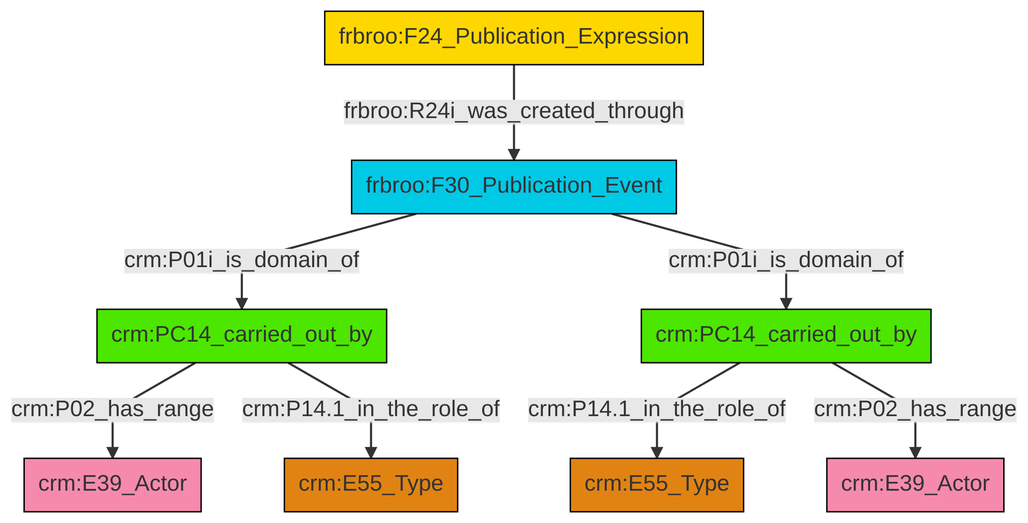
Earlier version of the Mermaid export et/biblioCSV/ttl/mmd/png/biblio_actor_relations.png (swiss-art-research-net/reference-data-models). Its source is kept beside it as et/biblioCSV/ttl/mmd/biblio_actor_relations.ttl.mmd.
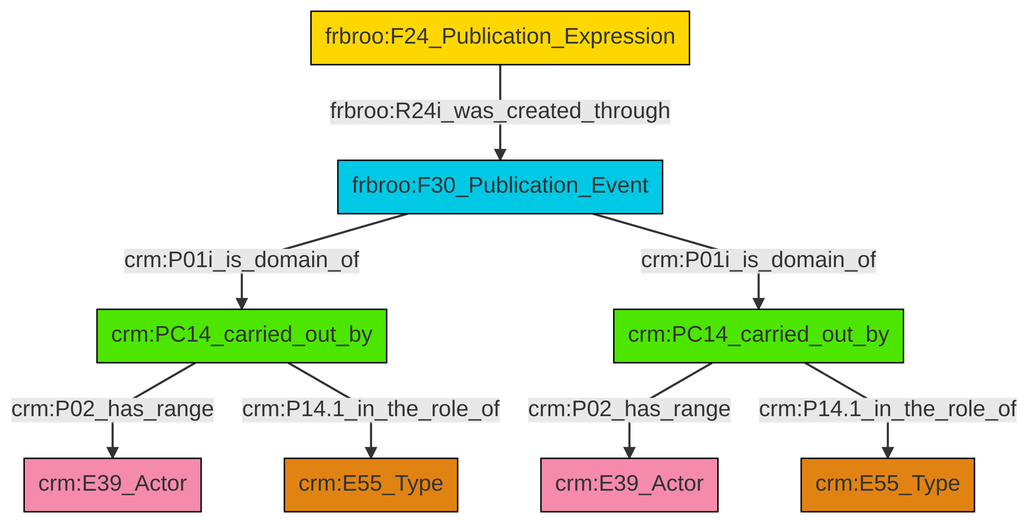
The same diagram one commit later.

The edit, as a diff of the source:
```diff
@@ -13,10 +13,10 @@
 classDef PC_Classes fill:#4ce600, stroke:#000000;
 classDef Multi fill:#cccccc,stroke:#000000;
 
-0["crm:PC14_carried_out_by"]:::PC_Classes -->|crm:P02_has_range| 1["crm:E39_Actor"]:::Actor
-2["crm:PC14_carried_out_by"]:::PC_Classes -->|crm:P14.1_in_the_role_of| 3["crm:E55_Type"]:::Type
-4["frbroo:F24_Publication_Expression"]:::Conceptual_Object -->|frbroo:R24i_was_created_through| 5["frbroo:F30_Publication_Event"]:::Temporal_Entity
-5["frbroo:F30_Publication_Event"]:::Temporal_Entity -->|crm:P01i_is_domain_of| 0["crm:PC14_carried_out_by"]:::PC_Classes
-5["frbroo:F30_Publication_Event"]:::Temporal_Entity -->|crm:P01i_is_domain_of| 2["crm:PC14_carried_out_by"]:::PC_Classes
-0["crm:PC14_carried_out_by"]:::PC_Classes -->|crm:P14.1_in_the_role_of| 10["crm:E55_Type"]:::Type
-2["crm:PC14_carried_out_by"]:::PC_Classes -->|crm:P02_has_range| 12["crm:E39_Actor"]:::Actor
+0["frbroo:F30_Publication_Event"]:::Temporal_Entity -->|crm:P01i_is_domain_of| 1["crm:PC14_carried_out_by"]:::PC_Classes
+0["frbroo:F30_Publication_Event"]:::Temporal_Entity -->|crm:P01i_is_domain_of| 5["crm:PC14_carried_out_by"]:::PC_Classes
+1["crm:PC14_carried_out_by"]:::PC_Classes -->|crm:P02_has_range| 3["crm:E39_Actor"]:::Actor
+5["crm:PC14_carried_out_by"]:::PC_Classes -->|crm:P02_has_range| 6["crm:E39_Actor"]:::Actor
+15["frbroo:F24_Publication_Expression"]:::Conceptual_Object -->|frbroo:R24i_was_created_through| 0["frbroo:F30_Publication_Event"]:::Temporal_Entity
+1["crm:PC14_carried_out_by"]:::PC_Classes -->|crm:P14.1_in_the_role_of| 13["crm:E55_Type"]:::Type
+5["crm:PC14_carried_out_by"]:::PC_Classes -->|crm:P14.1_in_the_role_of| 8["crm:E55_Type"]:::Type
```
